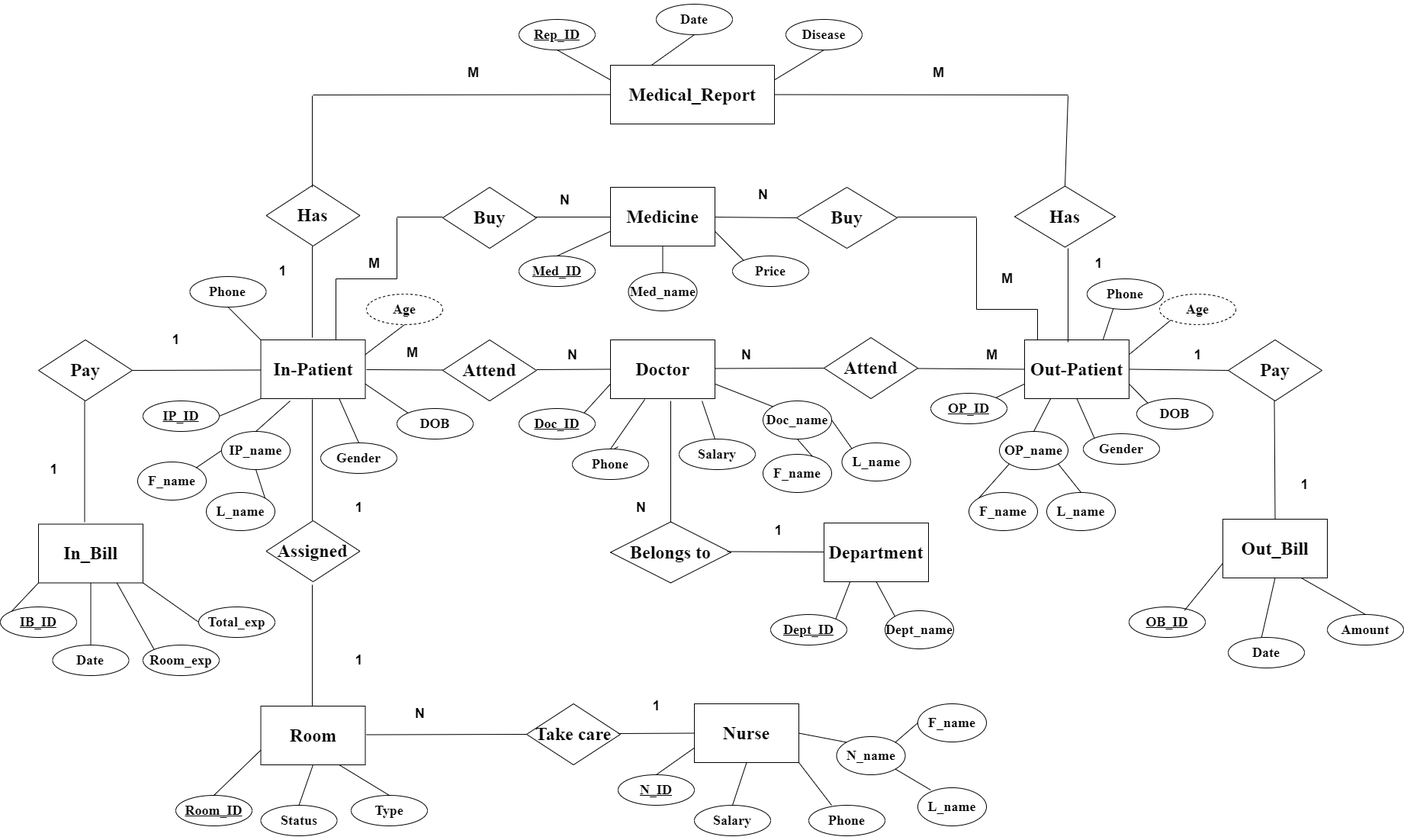
rabeehcv/Tarento-Database_Task keeps this draw.io diagram as ER_Diagram/HMS_ER.drawio (1).png. Above is the earlier version. Source tidied: cells renumbered, new cells last; positions are measured from the earlier drawing's top-left corner, leaving out a move shared by most shapes.
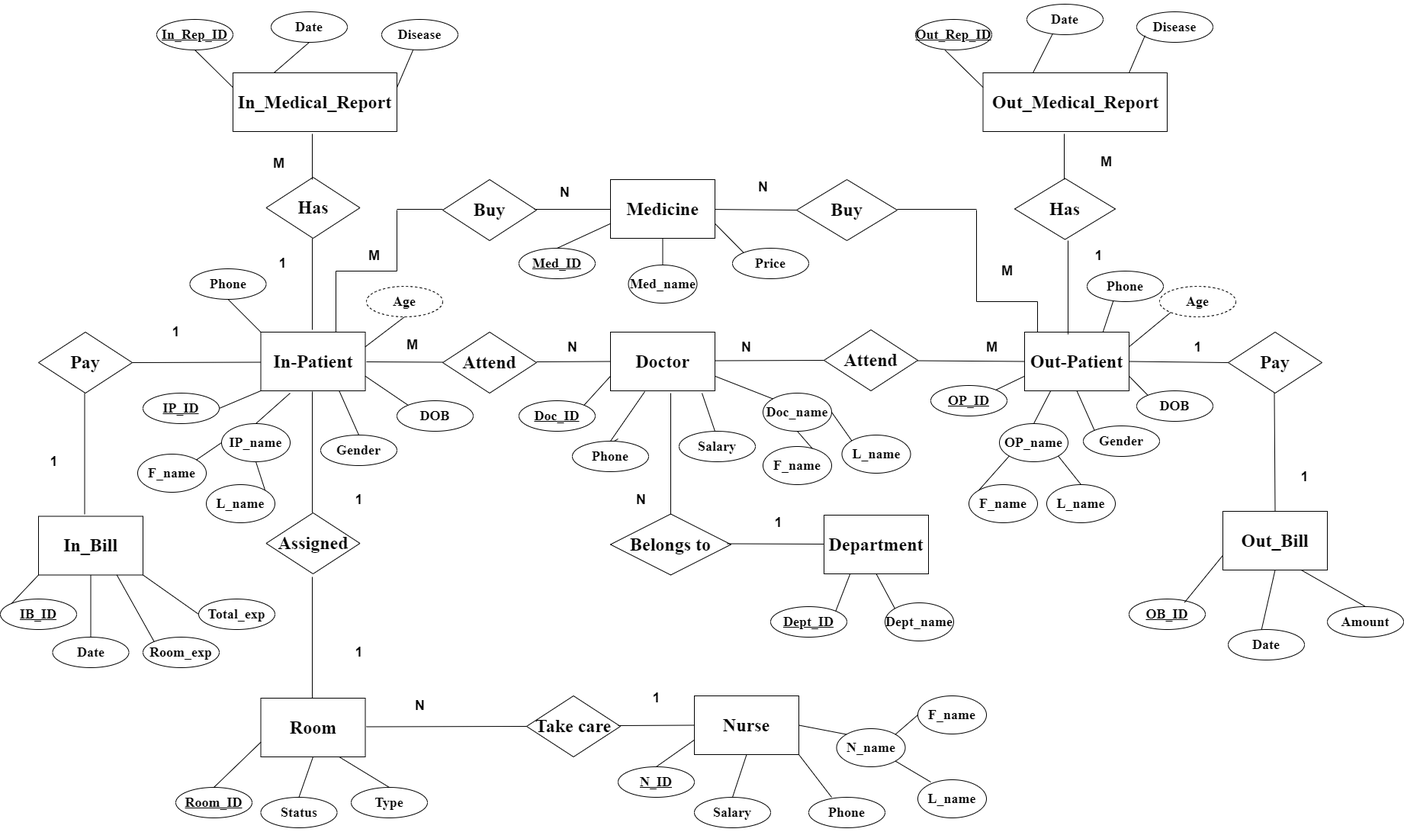
The same file after the commit.

Change to the diagram source:
```diff
@@ -99,24 +99,9 @@
     <mxCell id="27" style="endArrow=none;html=1;rounded=0;" parent="1" edge="1">
       <mxGeometry relative="1" as="geometry">
         <mxPoint x="409" y="240" as="sourcePoint" />
-        <mxPoint x="409" y="120" as="targetPoint" />
+        <mxPoint x="409" y="180" as="targetPoint" />
       </mxGeometry>
     </mxCell>
-    <mxCell id="28" style="endArrow=none;html=1;rounded=0;entryX=0;entryY=0.5;entryDx=0;entryDy=0;" parent="1" edge="1" target="52">
-      <mxGeometry relative="1" as="geometry">
-        <mxPoint x="410" y="119" as="sourcePoint" />
-      </mxGeometry>
-    </mxCell>
-    <mxCell id="29" style="endArrow=none;html=1;rounded=0;exitX=1;exitY=0.5;exitDx=0;exitDy=0;" parent="1" edge="1" source="52">
-      <mxGeometry relative="1" as="geometry">
-        <mxPoint x="1400" y="119" as="targetPoint" />
-      </mxGeometry>
-    </mxCell>
-    <mxCell id="30" style="endArrow=none;html=1;rounded=0;exitX=0.5;exitY=0;exitDx=0;exitDy=0;" parent="1" edge="1" source="10">
-      <mxGeometry relative="1" as="geometry">
-        <mxPoint x="1400" y="120" as="targetPoint" />
-      </mxGeometry>
-    </mxCell>
     <mxCell id="31" style="endArrow=none;html=1;rounded=0;" parent="1" edge="1">
       <mxGeometry relative="1" as="geometry">
         <mxPoint x="1280" y="279" as="sourcePoint" />
@@ -227,8 +212,8 @@
         <mxPoint x="480" y="957.5" as="targetPoint" />
       </mxGeometry>
     </mxCell>
-    <mxCell id="52" value="&lt;h1&gt;&lt;font face=&quot;Times New Roman&quot;&gt;Medical_Report&lt;/font&gt;&lt;/h1&gt;" style="rounded=0;whiteSpace=wrap;html=1;" parent="1" vertex="1">
-      <mxGeometry x="800" y="80" width="215" height="77" as="geometry" />
+    <mxCell id="52" value="&lt;h1&gt;&lt;font face=&quot;Times New Roman&quot;&gt;In_Medical_Report&lt;/font&gt;&lt;/h1&gt;" style="rounded=0;whiteSpace=wrap;html=1;" parent="1" vertex="1">
+      <mxGeometry x="305" y="100" width="215" height="77" as="geometry" />
     </mxCell>
     <mxCell id="53" value="&lt;h2&gt;&lt;font face=&quot;Times New Roman&quot;&gt;Doc_name&lt;/font&gt;&lt;/h2&gt;" style="ellipse;whiteSpace=wrap;html=1;" parent="1" vertex="1">
       <mxGeometry x="1000" y="520" width="90" height="50" as="geometry" />
@@ -304,15 +289,12 @@
     <mxCell id="76" value="&lt;h2&gt;&lt;font face=&quot;Times New Roman&quot;&gt;Price&lt;/font&gt;&lt;/h2&gt;" style="ellipse;whiteSpace=wrap;html=1;align=center;" parent="1" vertex="1">
       <mxGeometry x="960" y="330" width="100" height="40" as="geometry" />
     </mxCell>
-    <mxCell id="77" value="&lt;h2&gt;&lt;font face=&quot;Times New Roman&quot;&gt;Rep_ID&lt;/font&gt;&lt;/h2&gt;" style="ellipse;whiteSpace=wrap;html=1;align=center;fontStyle=4;" parent="1" vertex="1">
-      <mxGeometry x="680" y="20" width="100" height="40" as="geometry" />
+    <mxCell id="77" value="&lt;h2&gt;&lt;font face=&quot;Times New Roman&quot;&gt;In_Rep_ID&lt;/font&gt;&lt;/h2&gt;" style="ellipse;whiteSpace=wrap;html=1;align=center;fontStyle=4;" parent="1" vertex="1">
+      <mxGeometry x="205" y="30" width="100" height="40" as="geometry" />
     </mxCell>
     <mxCell id="78" value="&lt;h2&gt;&lt;font face=&quot;Times New Roman&quot;&gt;Date&lt;/font&gt;&lt;/h2&gt;" style="ellipse;whiteSpace=wrap;html=1;align=center;" parent="1" vertex="1">
-      <mxGeometry x="860" width="100" height="40" as="geometry" />
+      <mxGeometry x="355" y="20" width="100" height="40" as="geometry" />
     </mxCell>
-    <mxCell id="79" value="&lt;h2&gt;&lt;font face=&quot;Times New Roman&quot;&gt;Disease&lt;/font&gt;&lt;/h2&gt;" style="ellipse;whiteSpace=wrap;html=1;align=center;" parent="1" vertex="1">
-      <mxGeometry x="1030" y="20" width="100" height="40" as="geometry" />
-    </mxCell>
     <mxCell id="80" value="&lt;h2&gt;&lt;font face=&quot;Times New Roman&quot;&gt;IB_ID&lt;/font&gt;&lt;/h2&gt;" style="ellipse;whiteSpace=wrap;html=1;align=center;fontStyle=4;" parent="1" vertex="1">
       <mxGeometry y="790" width="100" height="40" as="geometry" />
     </mxCell>
@@ -504,9 +486,6 @@
     <mxCell id="137" style="endArrow=none;html=1;rounded=0;entryX=0.25;entryY=0;entryDx=0;entryDy=0;exitX=0.5;exitY=1;exitDx=0;exitDy=0;" parent="1" edge="1" source="78" target="52">
       <mxGeometry relative="1" as="geometry" />
     </mxCell>
-    <mxCell id="138" style="endArrow=none;html=1;rounded=0;entryX=0.5;entryY=1;entryDx=0;entryDy=0;exitX=1;exitY=0.25;exitDx=0;exitDy=0;" parent="1" edge="1" source="52" target="79">
-      <mxGeometry relative="1" as="geometry" />
-    </mxCell>
     <mxCell id="139" value="&lt;h2&gt;&lt;font face=&quot;Times New Roman&quot;&gt;Dept_ID&lt;/font&gt;&lt;/h2&gt;" style="ellipse;whiteSpace=wrap;html=1;align=center;fontStyle=4;" parent="1" vertex="1">
       <mxGeometry x="1010" y="800" width="100" height="40" as="geometry" />
     </mxCell>
@@ -577,13 +556,13 @@
       <mxGeometry x="355" y="330" width="30" height="40" as="geometry" />
     </mxCell>
     <mxCell id="162" value="M" style="text;html=1;align=center;verticalAlign=middle;strokeColor=none;fillColor=none;fontStyle=1;fontSize=18;" parent="1" vertex="1">
-      <mxGeometry x="600" y="70" width="40" height="40" as="geometry" />
+      <mxGeometry x="345" y="198.5" width="40" height="40" as="geometry" />
     </mxCell>
     <mxCell id="163" value="1" style="text;html=1;align=center;verticalAlign=middle;strokeColor=none;fillColor=none;fontStyle=1;fontSize=18;" parent="1" vertex="1">
       <mxGeometry x="1425" y="320" width="30" height="40" as="geometry" />
     </mxCell>
     <mxCell id="164" value="M" style="text;html=1;align=center;verticalAlign=middle;strokeColor=none;fillColor=none;fontStyle=1;fontSize=18;" parent="1" vertex="1">
-      <mxGeometry x="1210" y="70" width="40" height="40" as="geometry" />
+      <mxGeometry x="1430" y="197" width="40" height="40" as="geometry" />
     </mxCell>
     <mxCell id="165" value="&lt;h2&gt;&lt;font face=&quot;Times New Roman&quot;&gt;Phone&lt;/font&gt;&lt;/h2&gt;" style="ellipse;whiteSpace=wrap;html=1;align=center;" parent="1" vertex="1">
       <mxGeometry x="248.5" y="357" width="100" height="40" as="geometry" />
@@ -602,5 +581,46 @@
     <mxCell id="169" value="&lt;h2&gt;&lt;font face=&quot;Times New Roman&quot;&gt;Phone&lt;/font&gt;&lt;/h2&gt;" style="ellipse;whiteSpace=wrap;html=1;align=center;" parent="1" vertex="1">
       <mxGeometry x="1425" y="360" width="100" height="40" as="geometry" />
     </mxCell>
+    <mxCell id="138" style="endArrow=none;html=1;rounded=0;exitX=1;exitY=0.25;exitDx=0;exitDy=0;" parent="1" edge="1" source="52" target="79">
+      <mxGeometry relative="1" as="geometry" />
+    </mxCell>
+    <mxCell id="79" value="&lt;h2&gt;&lt;font face=&quot;Times New Roman&quot;&gt;Disease&lt;/font&gt;&lt;/h2&gt;" style="ellipse;whiteSpace=wrap;html=1;align=center;" parent="1" vertex="1">
+      <mxGeometry x="500" y="30" width="100" height="40" as="geometry" />
+    </mxCell>
+    <mxCell id="170" style="endArrow=none;html=1;rounded=0;" parent="1" edge="1">
+      <mxGeometry relative="1" as="geometry">
+        <mxPoint x="1395" y="240" as="sourcePoint" />
+        <mxPoint x="1395" y="180" as="targetPoint" />
+      </mxGeometry>
+    </mxCell>
+    <mxCell id="171" value="&lt;h1&gt;&lt;font face=&quot;Times New Roman&quot;&gt;Out_Medical_Report&lt;/font&gt;&lt;/h1&gt;" style="rounded=0;whiteSpace=wrap;html=1;" parent="1" vertex="1">
+      <mxGeometry x="1288.5" y="100" width="241.5" height="77" as="geometry" />
+    </mxCell>
+    <mxCell id="172" value="&lt;h2&gt;&lt;font face=&quot;Times New Roman&quot;&gt;Out_Rep_ID&lt;/font&gt;&lt;/h2&gt;" style="ellipse;whiteSpace=wrap;html=1;align=center;fontStyle=4;" parent="1" vertex="1">
+      <mxGeometry x="1200" y="30" width="100" height="40" as="geometry" />
+    </mxCell>
+    <mxCell id="173" value="&lt;h2&gt;&lt;font face=&quot;Times New Roman&quot;&gt;Date&lt;/font&gt;&lt;/h2&gt;" style="ellipse;whiteSpace=wrap;html=1;align=center;" parent="1" vertex="1">
+      <mxGeometry x="1346" y="10" width="100" height="40" as="geometry" />
+    </mxCell>
+    <mxCell id="174" value="&lt;h2&gt;&lt;font face=&quot;Times New Roman&quot;&gt;Disease&lt;/font&gt;&lt;/h2&gt;" style="ellipse;whiteSpace=wrap;html=1;align=center;" parent="1" vertex="1">
+      <mxGeometry x="1490" y="20" width="100" height="40" as="geometry" />
+    </mxCell>
+    <mxCell id="175" style="endArrow=none;html=1;rounded=0;entryX=0;entryY=0.25;entryDx=0;entryDy=0;exitX=0.5;exitY=1;exitDx=0;exitDy=0;" parent="1" edge="1">
+      <mxGeometry relative="1" as="geometry">
+        <mxPoint x="1238.5" y="70" as="sourcePoint" />
+        <mxPoint x="1288.5" y="119" as="targetPoint" />
+      </mxGeometry>
+    </mxCell>
+    <mxCell id="176" style="endArrow=none;html=1;rounded=0;entryX=0.25;entryY=0;entryDx=0;entryDy=0;exitX=0.34;exitY=0.96;exitDx=0;exitDy=0;exitPerimeter=0;" parent="1" edge="1" source="173">
+      <mxGeometry relative="1" as="geometry">
+        <mxPoint x="1354" y="100" as="targetPoint" />
+      </mxGeometry>
+    </mxCell>
+    <mxCell id="177" style="endArrow=none;html=1;rounded=0;exitX=1;exitY=0.25;exitDx=0;exitDy=0;" parent="1" edge="1">
+      <mxGeometry relative="1" as="geometry">
+        <mxPoint x="1480" y="100" as="sourcePoint" />
+        <mxPoint x="1501" y="51" as="targetPoint" />
+      </mxGeometry>
+    </mxCell>
   </root>
 </mxGraphModel>
```
